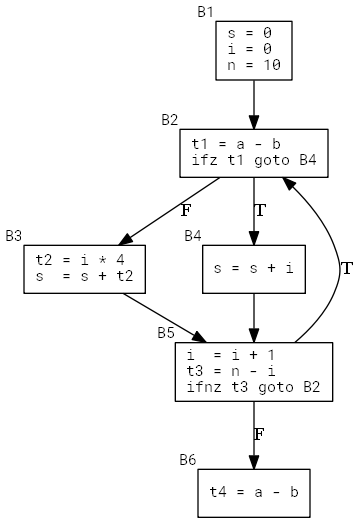
Before: images/cfg.png, a diagram exported from Graphviz (FlorianKrull/CompilerConstructionSS2019). Its source is kept beside it as images/cfg.dot. Source of this version:
```dot
digraph "CFG" {
    nodesep=0.6
    node [shape=box, fontname="Roboto Mono", fontsize=11]

    B1 [xlabel="B1", label="s = 0\li = 0\ln = 10\l"];
    B2 [xlabel="B2", label="t1 = a - b\lifz t1 goto B4\l"];
    B3 [xlabel="B3", label="t2 = i * 4\ls  = s + t2\l"];
    B4 [xlabel="B4", label="s = s + i"];
    B5 [xlabel="B5", label="i  = i + 1\lt3 = n - i\lifnz t3 goto B2\l"];
    B6 [xlabel="B6", label="t4 = a - b"];

    B1 -> B2;
    B2 -> B3 [label="F"];
    B2 -> B4 [label="T"];
    B3 -> B5;
    B4 -> B5;
    B5 -> B6 [label="F"];
    B5 -> B2 [label="T"];
}
```
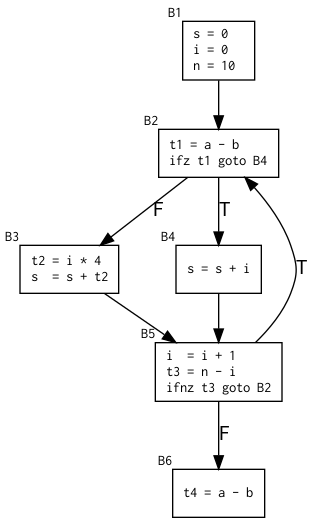
Later version of the same file.

Commit message:
Minor adjustments to CFG example

What changed in the source:
```diff
@@ -1,6 +1,7 @@
 digraph "CFG" {
-    nodesep=0.6
-    node [shape=box, fontname="Roboto Mono", fontsize=11]
+    nodesep=0.6;
+    node [shape=box, fontname="Inconsolata", fontsize=11];
+    edge [fontname="Roboto"];
 
     B1 [xlabel="B1", label="s = 0\li = 0\ln = 10\l"];
     B2 [xlabel="B2", label="t1 = a - b\lifz t1 goto B4\l"];
```
